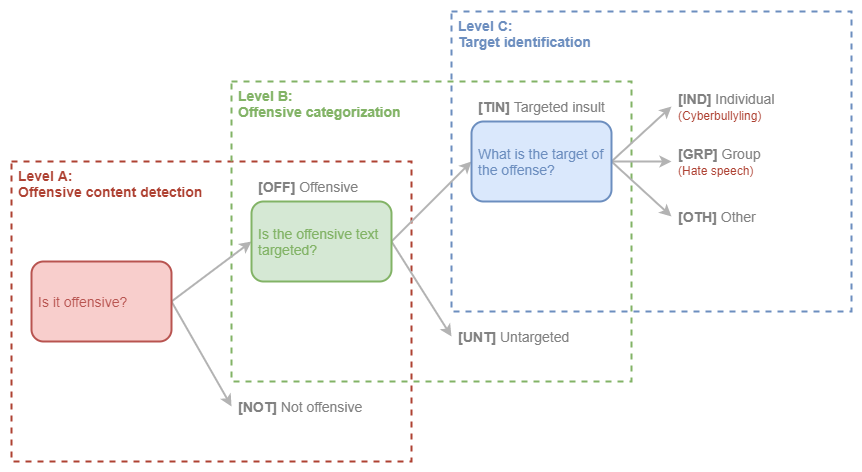
Before: docs/images/olid-en-taxonomy.png, a diagram exported from draw.io (DougTrajano/ToChiquinho). Source tidied: cells renumbered, new cells last; positions are measured from the earlier drawing's top-left corner, leaving out a move shared by most shapes. The source it was exported from:
```xml
<mxGraphModel>
  <root>
    <mxCell id="0" />
    <mxCell id="1" parent="0" />
    <mxCell id="2" value="Level A:&lt;br&gt;Offensive content detection" style="rounded=0;whiteSpace=wrap;html=1;strokeColor=#ae4132;fillColor=none;verticalAlign=top;align=left;fontColor=#AE4132;strokeWidth=2;spacingLeft=5;fontSize=14;fontStyle=1;dashed=1;" parent="1" vertex="1">
      <mxGeometry y="150" width="400" height="300" as="geometry" />
    </mxCell>
    <mxCell id="3" value="Level B:&lt;br&gt;Offensive categorization" style="rounded=0;whiteSpace=wrap;html=1;strokeColor=#82b366;fillColor=none;verticalAlign=top;align=left;fontColor=#82B366;strokeWidth=2;spacingLeft=5;fontSize=14;fontStyle=1;dashed=1;" parent="1" vertex="1">
      <mxGeometry x="220" y="70" width="400" height="300" as="geometry" />
    </mxCell>
    <mxCell id="4" value="Level C:&lt;br&gt;Target identification" style="rounded=0;whiteSpace=wrap;html=1;strokeColor=#6c8ebf;fillColor=none;verticalAlign=top;align=left;fontColor=#6C8EBF;strokeWidth=2;spacingLeft=5;fontSize=14;fontStyle=1;dashed=1;" parent="1" vertex="1">
      <mxGeometry x="440" width="400" height="300" as="geometry" />
    </mxCell>
    <mxCell id="5" style="rounded=0;jettySize=auto;html=1;entryX=0;entryY=0.5;entryDx=0;entryDy=0;fontSize=14;fontColor=#6C8EBF;startArrow=none;startFill=0;strokeWidth=2;strokeColor=#B3B3B3;exitX=1;exitY=0.5;exitDx=0;exitDy=0;" parent="1" edge="1" source="7" target="10">
      <mxGeometry relative="1" as="geometry" />
    </mxCell>
    <mxCell id="6" style="edgeStyle=none;rounded=0;jettySize=auto;html=1;exitX=1;exitY=0.5;exitDx=0;exitDy=0;entryX=0;entryY=0.5;entryDx=0;entryDy=0;fontSize=14;fontColor=#6C8EBF;startArrow=none;startFill=0;strokeColor=#B3B3B3;strokeWidth=2;" parent="1" edge="1" source="7" target="15">
      <mxGeometry relative="1" as="geometry" />
    </mxCell>
    <mxCell id="7" value="Is it offensive?" style="rounded=1;whiteSpace=wrap;html=1;fillColor=#f8cecc;align=left;strokeColor=#b85450;strokeWidth=2;spacingLeft=5;fontSize=14;fontColor=#B85450;" parent="1" vertex="1">
      <mxGeometry x="20" y="250" width="140" height="80" as="geometry" />
    </mxCell>
    <mxCell id="8" style="edgeStyle=none;rounded=0;jettySize=auto;html=1;entryX=0;entryY=0.5;entryDx=0;entryDy=0;fontSize=14;fontColor=#6C8EBF;startArrow=none;startFill=0;strokeColor=#B3B3B3;strokeWidth=2;exitX=1;exitY=0.5;exitDx=0;exitDy=0;" parent="1" edge="1" source="10" target="17">
      <mxGeometry relative="1" as="geometry" />
    </mxCell>
    <mxCell id="9" style="edgeStyle=none;rounded=0;jettySize=auto;html=1;exitX=1;exitY=0.5;exitDx=0;exitDy=0;entryX=0;entryY=0.5;entryDx=0;entryDy=0;fontSize=14;fontColor=#6C8EBF;startArrow=none;startFill=0;strokeColor=#B3B3B3;strokeWidth=2;" parent="1" edge="1" source="10" target="14">
      <mxGeometry relative="1" as="geometry" />
    </mxCell>
    <mxCell id="10" value="Is the offensive text targeted?" style="rounded=1;whiteSpace=wrap;html=1;fillColor=#d5e8d4;align=left;strokeColor=#82b366;strokeWidth=2;spacingLeft=5;fontSize=14;fontColor=#82B366;" parent="1" vertex="1">
      <mxGeometry x="240" y="190" width="140" height="80" as="geometry" />
    </mxCell>
    <mxCell id="11" style="edgeStyle=none;rounded=0;jettySize=auto;html=1;exitX=1;exitY=0.5;exitDx=0;exitDy=0;entryX=0;entryY=0.5;entryDx=0;entryDy=0;fontSize=14;fontColor=#6C8EBF;startArrow=none;startFill=0;strokeColor=#B3B3B3;strokeWidth=2;" parent="1" edge="1" source="14" target="19">
      <mxGeometry relative="1" as="geometry" />
    </mxCell>
    <mxCell id="12" style="edgeStyle=none;rounded=0;jettySize=auto;html=1;exitX=1;exitY=0.5;exitDx=0;exitDy=0;fontSize=14;fontColor=#6C8EBF;startArrow=none;startFill=0;strokeColor=#B3B3B3;strokeWidth=2;" parent="1" edge="1" source="14" target="18">
      <mxGeometry relative="1" as="geometry" />
    </mxCell>
    <mxCell id="13" style="edgeStyle=none;rounded=0;jettySize=auto;html=1;exitX=1;exitY=0.5;exitDx=0;exitDy=0;entryX=0;entryY=0.5;entryDx=0;entryDy=0;fontSize=14;fontColor=#6C8EBF;startArrow=none;startFill=0;strokeColor=#B3B3B3;strokeWidth=2;" parent="1" edge="1" source="14" target="16">
      <mxGeometry relative="1" as="geometry" />
    </mxCell>
    <mxCell id="14" value="What is the target of the offense?" style="rounded=1;whiteSpace=wrap;html=1;fillColor=#dae8fc;align=left;strokeColor=#6c8ebf;strokeWidth=2;spacingLeft=5;fontSize=14;fontColor=#6C8EBF;" parent="1" vertex="1">
      <mxGeometry x="460" y="110" width="140" height="80" as="geometry" />
    </mxCell>
    <mxCell id="15" value="&lt;font color=&quot;#808080&quot;&gt;&lt;b&gt;[NOT]&lt;/b&gt; Not offensive&lt;/font&gt;" style="text;html=1;strokeColor=none;fillColor=none;align=left;verticalAlign=middle;whiteSpace=wrap;rounded=0;fontSize=14;fontColor=#6C8EBF;spacingLeft=5;" parent="1" vertex="1">
      <mxGeometry x="220" y="380" width="150" height="30" as="geometry" />
    </mxCell>
    <mxCell id="16" value="&lt;font color=&quot;#808080&quot;&gt;&lt;b&gt;[IND]&lt;/b&gt; Individual&lt;/font&gt;&lt;br&gt;&lt;font color=&quot;#ae4132&quot; style=&quot;font-size: 12px&quot;&gt;(Cyberbullyling)&lt;/font&gt;" style="text;html=1;strokeColor=none;fillColor=none;align=left;verticalAlign=middle;whiteSpace=wrap;rounded=0;fontSize=14;fontColor=#6C8EBF;spacingLeft=5;" parent="1" vertex="1">
      <mxGeometry x="660" y="80" width="150" height="30" as="geometry" />
    </mxCell>
    <mxCell id="17" value="&lt;font color=&quot;#808080&quot;&gt;&lt;b&gt;[UNT]&lt;/b&gt; Untargeted&lt;/font&gt;" style="text;html=1;strokeColor=none;fillColor=none;align=left;verticalAlign=middle;whiteSpace=wrap;rounded=0;fontSize=14;fontColor=#6C8EBF;spacingLeft=5;" parent="1" vertex="1">
      <mxGeometry x="440" y="310" width="150" height="30" as="geometry" />
    </mxCell>
    <mxCell id="18" value="&lt;font color=&quot;#808080&quot;&gt;&lt;b&gt;[GRP]&lt;/b&gt; Group&lt;/font&gt;&lt;br&gt;&lt;font color=&quot;#ae4132&quot; style=&quot;font-size: 12px&quot;&gt;(Hate speech)&lt;/font&gt;" style="text;html=1;strokeColor=none;fillColor=none;align=left;verticalAlign=middle;whiteSpace=wrap;rounded=0;fontSize=14;fontColor=#6C8EBF;spacingLeft=5;" parent="1" vertex="1">
      <mxGeometry x="660" y="135" width="150" height="30" as="geometry" />
    </mxCell>
    <mxCell id="19" value="&lt;font color=&quot;#808080&quot;&gt;&lt;b&gt;[OTH]&lt;/b&gt; Other&lt;/font&gt;" style="text;html=1;strokeColor=none;fillColor=none;align=left;verticalAlign=middle;whiteSpace=wrap;rounded=0;fontSize=14;fontColor=#6C8EBF;spacingLeft=5;" parent="1" vertex="1">
      <mxGeometry x="660" y="190" width="150" height="30" as="geometry" />
    </mxCell>
    <mxCell id="20" value="&lt;font color=&quot;#808080&quot;&gt;&lt;b&gt;[OFF]&lt;/b&gt; Offensive&lt;/font&gt;" style="text;html=1;strokeColor=none;fillColor=none;align=left;verticalAlign=middle;whiteSpace=wrap;rounded=0;fontSize=14;fontColor=#6C8EBF;spacingLeft=5;" parent="1" vertex="1">
      <mxGeometry x="240" y="160" width="150" height="30" as="geometry" />
    </mxCell>
    <mxCell id="21" value="&lt;font color=&quot;#808080&quot;&gt;&lt;b&gt;[TIN]&lt;/b&gt; Targeted insult&lt;/font&gt;" style="text;html=1;strokeColor=none;fillColor=none;align=left;verticalAlign=middle;whiteSpace=wrap;rounded=0;fontSize=14;fontColor=#6C8EBF;spacingLeft=5;" parent="1" vertex="1">
      <mxGeometry x="460" y="80" width="150" height="30" as="geometry" />
    </mxCell>
  </root>
</mxGraphModel>
```
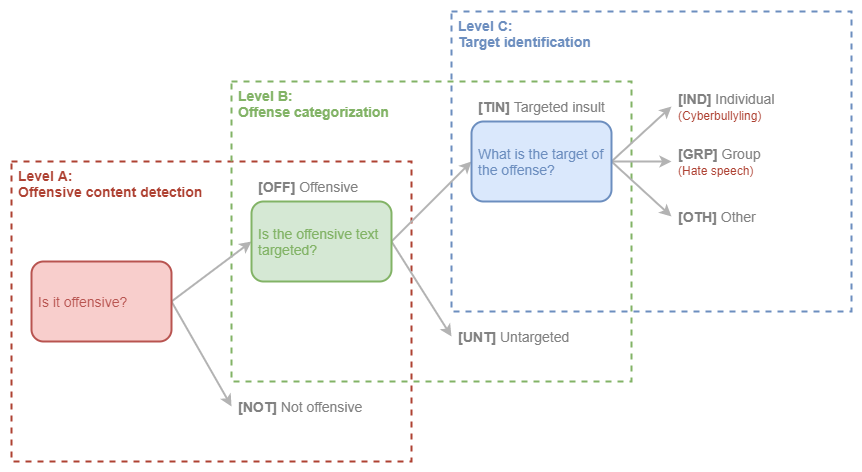
After the change.

What changed in the source:
```diff
@@ -5,7 +5,7 @@
     <mxCell id="2" value="Level A:&lt;br&gt;Offensive content detection" style="rounded=0;whiteSpace=wrap;html=1;strokeColor=#ae4132;fillColor=none;verticalAlign=top;align=left;fontColor=#AE4132;strokeWidth=2;spacingLeft=5;fontSize=14;fontStyle=1;dashed=1;" parent="1" vertex="1">
       <mxGeometry y="150" width="400" height="300" as="geometry" />
     </mxCell>
-    <mxCell id="3" value="Level B:&lt;br&gt;Offensive categorization" style="rounded=0;whiteSpace=wrap;html=1;strokeColor=#82b366;fillColor=none;verticalAlign=top;align=left;fontColor=#82B366;strokeWidth=2;spacingLeft=5;fontSize=14;fontStyle=1;dashed=1;" parent="1" vertex="1">
+    <mxCell id="3" value="Level B:&lt;br&gt;Offense categorization" style="rounded=0;whiteSpace=wrap;html=1;strokeColor=#82b366;fillColor=none;verticalAlign=top;align=left;fontColor=#82B366;strokeWidth=2;spacingLeft=5;fontSize=14;fontStyle=1;dashed=1;" parent="1" vertex="1">
       <mxGeometry x="220" y="70" width="400" height="300" as="geometry" />
     </mxCell>
     <mxCell id="4" value="Level C:&lt;br&gt;Target identification" style="rounded=0;whiteSpace=wrap;html=1;strokeColor=#6c8ebf;fillColor=none;verticalAlign=top;align=left;fontColor=#6C8EBF;strokeWidth=2;spacingLeft=5;fontSize=14;fontStyle=1;dashed=1;" parent="1" vertex="1">
```
